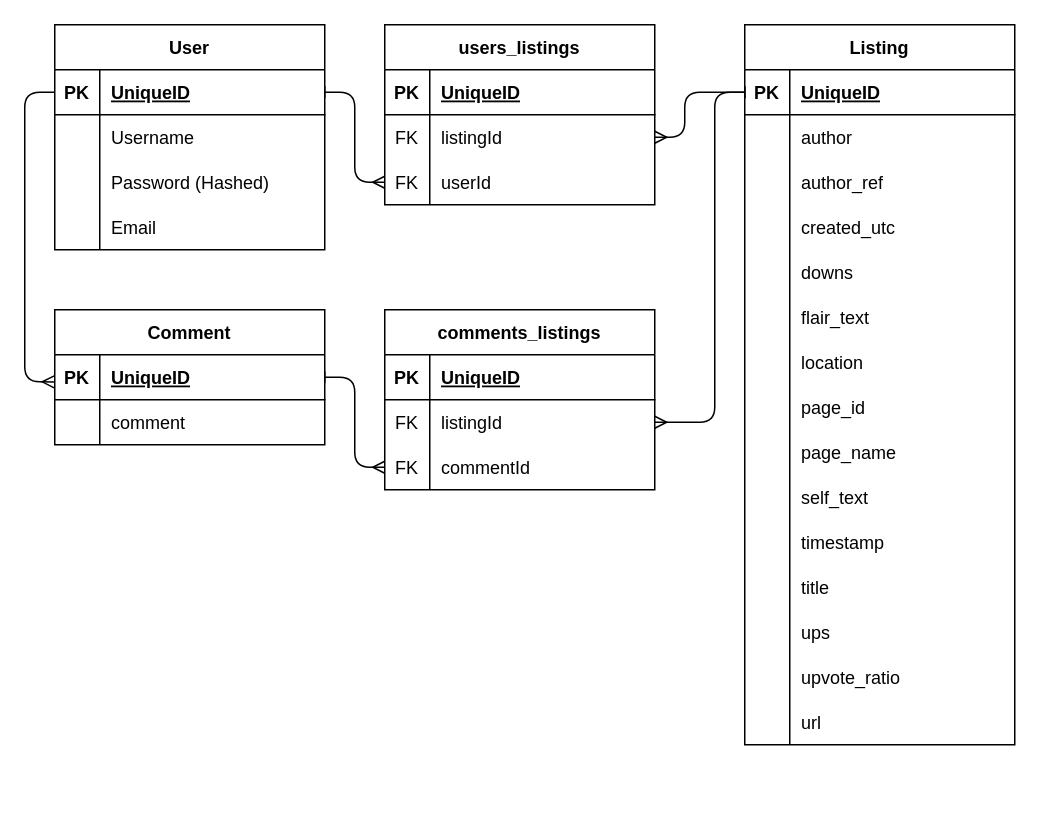
Before: ERD.drawio in IanDab47/Global-Keebs, a draw.io diagram. Source tidied: cells renumbered, new cells numbered last; positions are measured from the earlier drawing's top-left corner, leaving out a move shared by most shapes. Both pictures are drawn from the tidied source at 150%, with x=0, y=0 at pixel (24, 24).
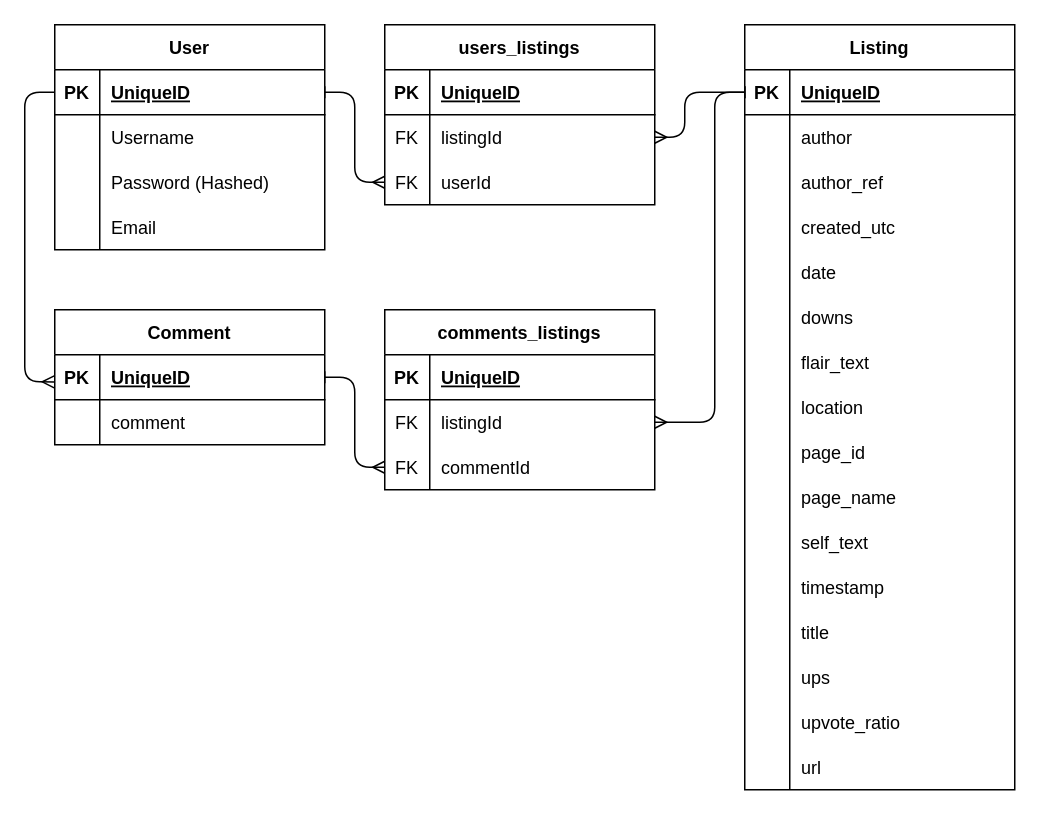
After the change.

Change to the diagram source:
```diff
@@
     <mxCell id="15" value="Listing" style="shape=table;startSize=30;childLayout=tableLayout;rowLines=0;fontStyle=1;align=center;" parent="1" vertex="1">
-      <mxGeometry x="480" width="180" height="480" as="geometry" />
+      <mxGeometry x="480" width="180" height="510" as="geometry" />
     </mxCell>
@@
+    <mxCell id="94" style="shape=partialRectangle;fillColor=none;top=0;left=0;bottom=0;right=0;" parent="15" vertex="1">
+      <mxGeometry y="150" width="180" height="30" as="geometry" />
+    </mxCell>
+    <mxCell id="95" style="shape=partialRectangle;fillColor=none;top=0;left=0;bottom=0;right=0;overflow=hidden;" parent="94" vertex="1">
+      <mxGeometry width="30" height="30" as="geometry" />
+    </mxCell>
+    <mxCell id="96" value="date" style="shape=partialRectangle;fillColor=none;top=0;left=0;bottom=0;right=0;align=left;spacingLeft=6;overflow=hidden;" parent="94" vertex="1">
+      <mxGeometry x="30" width="150" height="30" as="geometry" />
+    </mxCell>
     <mxCell id="28" style="shape=partialRectangle;fillColor=none;top=0;left=0;bottom=0;right=0;" parent="15" vertex="1">
-      <mxGeometry y="150" width="180" height="30" as="geometry" />
+      <mxGeometry y="180" width="180" height="30" as="geometry" />
     </mxCell>
@@
     <mxCell id="31" style="shape=partialRectangle;fillColor=none;top=0;left=0;bottom=0;right=0;" parent="15" vertex="1">
-      <mxGeometry y="180" width="180" height="30" as="geometry" />
+      <mxGeometry y="210" width="180" height="30" as="geometry" />
     </mxCell>
@@
     <mxCell id="34" style="shape=partialRectangle;fillColor=none;top=0;left=0;bottom=0;right=0;" parent="15" vertex="1">
-      <mxGeometry y="210" width="180" height="30" as="geometry" />
+      <mxGeometry y="240" width="180" height="30" as="geometry" />
     </mxCell>
@@
     <mxCell id="37" style="shape=partialRectangle;fillColor=none;top=0;left=0;bottom=0;right=0;" parent="15" vertex="1">
-      <mxGeometry y="240" width="180" height="30" as="geometry" />
+      <mxGeometry y="270" width="180" height="30" as="geometry" />
     </mxCell>
@@
     <mxCell id="40" style="shape=partialRectangle;fillColor=none;top=0;left=0;bottom=0;right=0;" parent="15" vertex="1">
-      <mxGeometry y="270" width="180" height="30" as="geometry" />
+      <mxGeometry y="300" width="180" height="30" as="geometry" />
     </mxCell>
@@
     <mxCell id="43" style="shape=partialRectangle;fillColor=none;top=0;left=0;bottom=0;right=0;" parent="15" vertex="1">
-      <mxGeometry y="300" width="180" height="30" as="geometry" />
+      <mxGeometry y="330" width="180" height="30" as="geometry" />
     </mxCell>
@@
     <mxCell id="46" style="shape=partialRectangle;fillColor=none;top=0;left=0;bottom=0;right=0;" parent="15" vertex="1">
-      <mxGeometry y="330" width="180" height="30" as="geometry" />
+      <mxGeometry y="360" width="180" height="30" as="geometry" />
     </mxCell>
@@
     <mxCell id="49" style="shape=partialRectangle;fillColor=none;top=0;left=0;bottom=0;right=0;" parent="15" vertex="1">
-      <mxGeometry y="360" width="180" height="30" as="geometry" />
+      <mxGeometry y="390" width="180" height="30" as="geometry" />
     </mxCell>
@@
     <mxCell id="52" style="shape=partialRectangle;fillColor=none;top=0;left=0;bottom=0;right=0;" parent="15" vertex="1">
-      <mxGeometry y="390" width="180" height="30" as="geometry" />
+      <mxGeometry y="420" width="180" height="30" as="geometry" />
     </mxCell>
@@
     <mxCell id="55" style="shape=partialRectangle;fillColor=none;top=0;left=0;bottom=0;right=0;" parent="15" vertex="1">
-      <mxGeometry y="420" width="180" height="30" as="geometry" />
+      <mxGeometry y="450" width="180" height="30" as="geometry" />
     </mxCell>
@@
     <mxCell id="58" style="shape=partialRectangle;fillColor=none;top=0;left=0;bottom=0;right=0;" parent="15" vertex="1">
-      <mxGeometry y="450" width="180" height="30" as="geometry" />
+      <mxGeometry y="480" width="180" height="30" as="geometry" />
     </mxCell>
```
